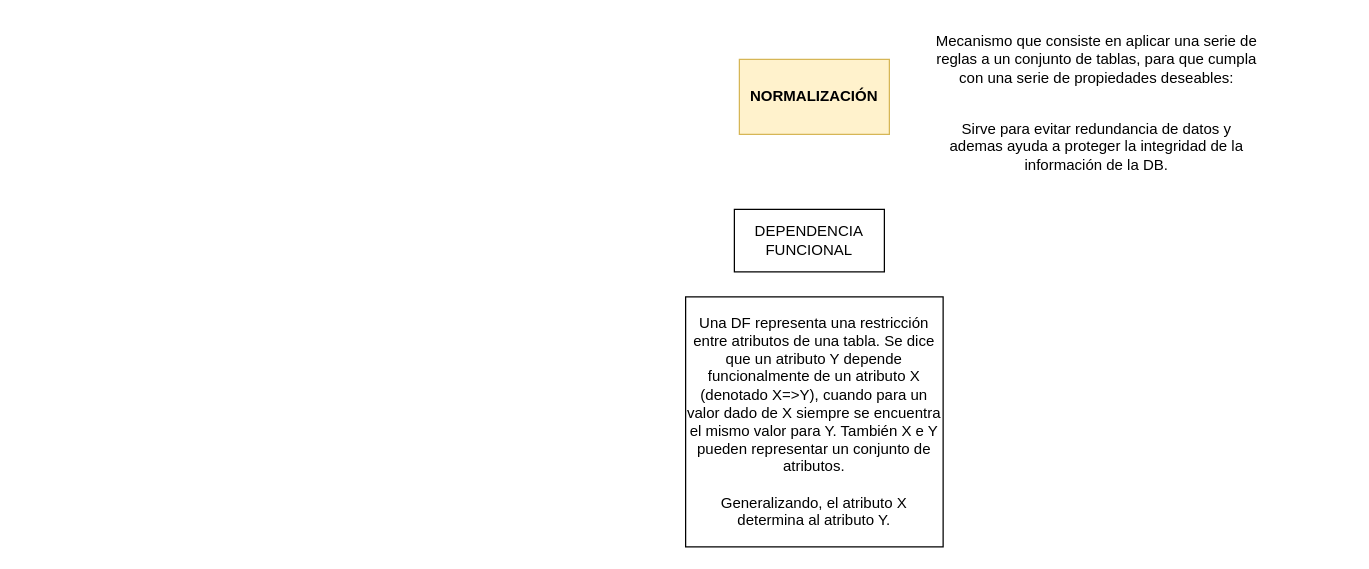
Before: page "Normalización" (6 of 6) of Diagrama-resumen.drawio in senras/DBD, a draw.io diagram. Source tidied: cells renumbered, new cells numbered last; positions are measured from the earlier drawing's top-left corner, leaving out a move shared by most shapes. Both pictures are drawn from the tidied source at 125%, with x=0, y=0 at pixel (685, 21).
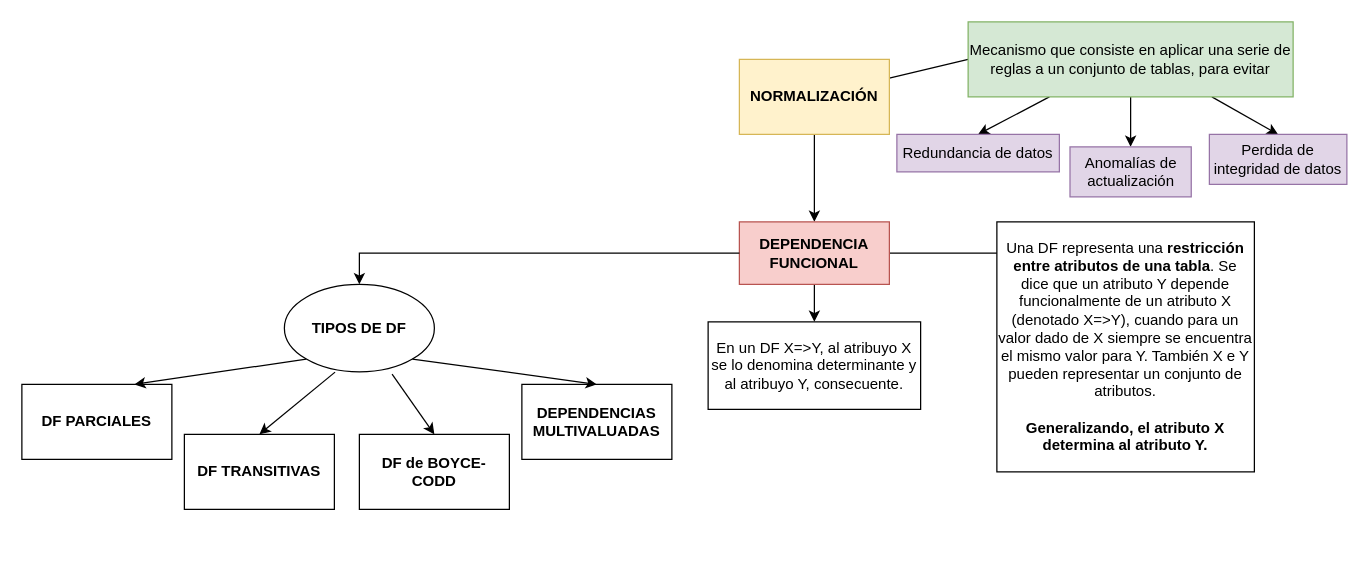
The same diagram, later.

Unchanged cells that the change refers to:
```xml
<mxCell id="2" value="&lt;b&gt;NORMALIZACIÓN&lt;/b&gt;" style="rounded=0;whiteSpace=wrap;html=1;fillColor=#fff2cc;strokeColor=#d6b656;" parent="1" vertex="1">
  <mxGeometry x="43" y="30" width="120" height="60" as="geometry" />
</mxCell>
```

What changed in the source:
```diff
@@
+    <mxCell id="7" style="rounded=0;jettySize=auto;html=1;exitX=1;exitY=0.25;exitDx=0;exitDy=0;entryX=0;entryY=0.5;entryDx=0;entryDy=0;endArrow=none;endFill=0;" parent="1" edge="1" source="2" target="3">
+      <mxGeometry relative="1" as="geometry" />
+    </mxCell>
+    <mxCell id="8" style="edgeStyle=none;rounded=0;jettySize=auto;html=1;exitX=0.5;exitY=1;exitDx=0;exitDy=0;entryX=0.5;entryY=0;entryDx=0;entryDy=0;endArrow=classic;endFill=1;" parent="1" edge="1" source="2" target="5">
+      <mxGeometry relative="1" as="geometry" />
+    </mxCell>
@@
+    <mxCell id="9" style="edgeStyle=none;rounded=0;jettySize=auto;html=1;exitX=0.25;exitY=1;exitDx=0;exitDy=0;entryX=0.5;entryY=0;entryDx=0;entryDy=0;endArrow=classic;endFill=1;" parent="1" edge="1" source="3" target="20">
+      <mxGeometry relative="1" as="geometry" />
+    </mxCell>
+    <mxCell id="10" style="edgeStyle=none;rounded=0;jettySize=auto;html=1;exitX=0.5;exitY=1;exitDx=0;exitDy=0;entryX=0.5;entryY=0;entryDx=0;entryDy=0;endArrow=classic;endFill=1;" parent="1" edge="1" source="3" target="19">
+      <mxGeometry relative="1" as="geometry" />
+    </mxCell>
+    <mxCell id="11" style="edgeStyle=none;rounded=0;jettySize=auto;html=1;exitX=0.75;exitY=1;exitDx=0;exitDy=0;entryX=0.5;entryY=0;entryDx=0;entryDy=0;endArrow=classic;endFill=1;" parent="1" edge="1" source="3" target="18">
+      <mxGeometry relative="1" as="geometry" />
+    </mxCell>
-    <mxCell id="3" value="Mecanismo que consiste en aplicar una serie de reglas a un conjunto de tablas, para que cumpla con una serie de propiedades deseables:" style="text;html=1;strokeColor=none;fillColor=none;align=center;verticalAlign=middle;whiteSpace=wrap;rounded=0;" parent="1" vertex="1">
-      <mxGeometry x="199" width="260" height="60" as="geometry" />
+    <mxCell id="3" value="Mecanismo que consiste en aplicar una serie de reglas a un conjunto de tablas, para evitar" style="text;html=1;strokeColor=#82b366;fillColor=#d5e8d4;align=center;verticalAlign=middle;whiteSpace=wrap;rounded=0;" parent="1" vertex="1">
+      <mxGeometry x="226" width="260" height="60" as="geometry" />
     </mxCell>
-    <mxCell id="4" value="Sirve para evitar redundancia de datos y ademas ayuda a proteger la integridad de la información de la DB." style="text;html=1;strokeColor=none;fillColor=none;align=center;verticalAlign=middle;whiteSpace=wrap;rounded=0;" parent="1" vertex="1">
-      <mxGeometry x="199" y="80" width="260" height="40" as="geometry" />
-    </mxCell>
+    <mxCell id="12" style="edgeStyle=none;rounded=0;jettySize=auto;html=1;exitX=1;exitY=0.5;exitDx=0;exitDy=0;endArrow=none;endFill=0;" parent="1" edge="1" source="5">
+      <mxGeometry relative="1" as="geometry">
+        <mxPoint x="259" y="185" as="targetPoint" />
+      </mxGeometry>
+    </mxCell>
+    <mxCell id="13" style="edgeStyle=orthogonalEdgeStyle;rounded=0;jettySize=auto;html=1;exitX=0.5;exitY=1;exitDx=0;exitDy=0;entryX=0.5;entryY=0;entryDx=0;entryDy=0;endArrow=classic;endFill=1;" parent="1" edge="1" source="5" target="26">
+      <mxGeometry relative="1" as="geometry" />
+    </mxCell>
-    <mxCell id="5" value="DEPENDENCIA FUNCIONAL&lt;br&gt;" style="rounded=0;whiteSpace=wrap;html=1;" parent="1" vertex="1">
-      <mxGeometry x="39" y="150" width="120" height="50" as="geometry" />
+    <mxCell id="5" value="DEPENDENCIA FUNCIONAL&lt;br&gt;" style="rounded=0;whiteSpace=wrap;html=1;fillColor=#f8cecc;strokeColor=#b85450;fontStyle=1;" parent="1" vertex="1">
+      <mxGeometry x="43" y="160" width="120" height="50" as="geometry" />
     </mxCell>
-    <mxCell id="6" value="Una DF representa una restricción entre atributos de una tabla. Se dice que un atributo Y depende funcionalmente de un atributo X (denotado X=&amp;gt;Y), cuando para un valor dado de X siempre se encuentra el mismo valor para Y. También X e Y pueden representar un conjunto de atributos.&lt;br&gt;&lt;br&gt;Generalizando, el atributo X determina al atributo Y." style="rounded=0;whiteSpace=wrap;html=1;" parent="1" vertex="1">
-      <mxGeometry y="220" width="206" height="200" as="geometry" />
+    <mxCell id="6" value="Una DF representa una &lt;b&gt;restricción entre atributos de una tabla&lt;/b&gt;. Se dice que un atributo Y depende funcionalmente de un atributo X (denotado X=&amp;gt;Y), cuando para un valor dado de X siempre se encuentra el mismo valor para Y. También X e Y pueden representar un conjunto de atributos.&lt;br&gt;&lt;br&gt;&lt;b&gt;Generalizando, el atributo X determina al atributo Y.&lt;/b&gt;" style="rounded=0;whiteSpace=wrap;html=1;" parent="1" vertex="1">
+      <mxGeometry x="249" y="160" width="206" height="200" as="geometry" />
     </mxCell>
+    <mxCell id="14" value="&lt;b&gt;DF PARCIALES&lt;/b&gt;" style="rounded=0;whiteSpace=wrap;html=1;" parent="1" vertex="1">
+      <mxGeometry x="-531" y="290" width="120" height="60" as="geometry" />
+    </mxCell>
+    <mxCell id="15" value="&lt;b&gt;DF TRANSITIVAS&lt;/b&gt;" style="rounded=0;whiteSpace=wrap;html=1;" parent="1" vertex="1">
+      <mxGeometry x="-401" y="330" width="120" height="60" as="geometry" />
+    </mxCell>
+    <mxCell id="16" value="DF de BOYCE-CODD" style="rounded=0;whiteSpace=wrap;html=1;fontStyle=1;" parent="1" vertex="1">
+      <mxGeometry x="-261" y="330" width="120" height="60" as="geometry" />
+    </mxCell>
+    <mxCell id="17" value="&lt;b&gt;DEPENDENCIAS MULTIVALUADAS&lt;/b&gt;" style="rounded=0;whiteSpace=wrap;html=1;" parent="1" vertex="1">
+      <mxGeometry x="-131" y="290" width="120" height="60" as="geometry" />
+    </mxCell>
+    <mxCell id="18" value="Perdida de integridad de datos" style="rounded=0;whiteSpace=wrap;html=1;fillColor=#e1d5e7;strokeColor=#9673a6;" parent="1" vertex="1">
+      <mxGeometry x="419" y="90" width="110" height="40" as="geometry" />
+    </mxCell>
+    <mxCell id="19" value="Anomalías de actualización" style="rounded=0;whiteSpace=wrap;html=1;fillColor=#e1d5e7;strokeColor=#9673a6;" parent="1" vertex="1">
+      <mxGeometry x="307.5" y="100" width="97" height="40" as="geometry" />
+    </mxCell>
+    <mxCell id="20" value="Redundancia de datos" style="rounded=0;whiteSpace=wrap;html=1;fillColor=#e1d5e7;strokeColor=#9673a6;" parent="1" vertex="1">
+      <mxGeometry x="169" y="90" width="130" height="30" as="geometry" />
+    </mxCell>
+    <mxCell id="21" value="&lt;b&gt;TIPOS DE DF&lt;/b&gt;" style="ellipse;whiteSpace=wrap;html=1;" parent="1" vertex="1">
+      <mxGeometry x="-321" y="210" width="120" height="70" as="geometry" />
+    </mxCell>
+    <mxCell id="22" style="endArrow=classic;html=1;rounded=0;exitX=0;exitY=1;exitDx=0;exitDy=0;entryX=0.75;entryY=0;entryDx=0;entryDy=0;" parent="1" edge="1" source="21" target="14">
+      <mxGeometry relative="1" as="geometry" />
+    </mxCell>
+    <mxCell id="23" style="endArrow=classic;html=1;rounded=0;entryX=0.5;entryY=0;entryDx=0;entryDy=0;exitX=0.338;exitY=1.003;exitDx=0;exitDy=0;exitPerimeter=0;" parent="1" edge="1" source="21" target="15">
+      <mxGeometry relative="1" as="geometry" />
+    </mxCell>
+    <mxCell id="24" style="endArrow=classic;html=1;rounded=0;entryX=0.5;entryY=0;entryDx=0;entryDy=0;exitX=0.718;exitY=1.026;exitDx=0;exitDy=0;exitPerimeter=0;" parent="1" edge="1" source="21" target="16">
+      <mxGeometry relative="1" as="geometry" />
+    </mxCell>
+    <mxCell id="25" style="endArrow=classic;html=1;rounded=0;entryX=0.5;entryY=0;entryDx=0;entryDy=0;exitX=1;exitY=1;exitDx=0;exitDy=0;" parent="1" edge="1" source="21" target="17">
+      <mxGeometry relative="1" as="geometry" />
+    </mxCell>
+    <mxCell id="26" value="En un DF X=&amp;gt;Y, al atribuyo X se lo denomina determinante y al atribuyo Y, consecuente." style="rounded=0;whiteSpace=wrap;html=1;" parent="1" vertex="1">
+      <mxGeometry x="18" y="240" width="170" height="70" as="geometry" />
+    </mxCell>
+    <mxCell id="27" style="endArrow=classic;html=1;rounded=0;exitX=0;exitY=0.5;exitDx=0;exitDy=0;edgeStyle=orthogonalEdgeStyle;entryX=0.5;entryY=0;entryDx=0;entryDy=0;endFill=1;" parent="1" edge="1" source="5" target="21">
+      <mxGeometry relative="1" as="geometry" />
+    </mxCell>
```
